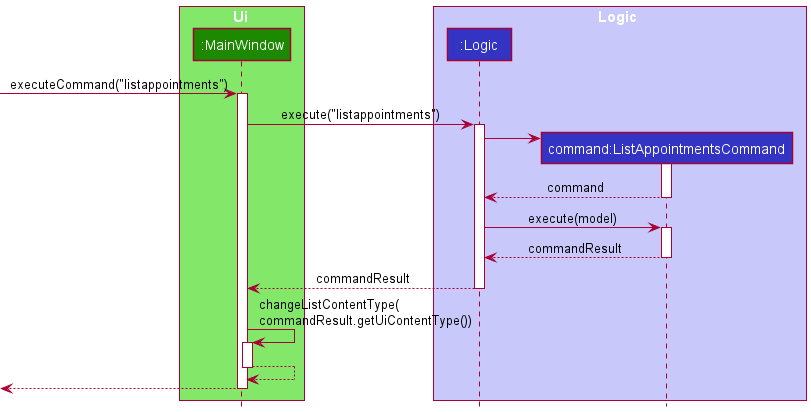
The PlantUML diagram docs/images/UiFocusSequenceDiagram.png in nus-cs2103-AY2122S2/tp, before a commit.
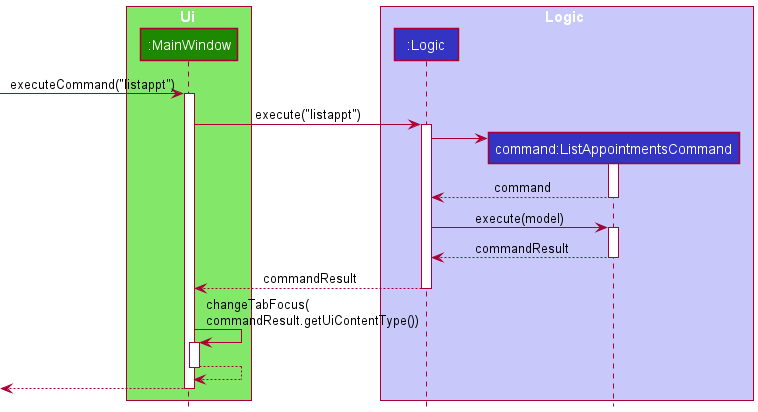
The same diagram one commit later.

The edit, as a diff of the source:
```diff
@@ -11,16 +11,16 @@
 end box
 
 autoactivate on
-[-> MainWindow : executeCommand("listappointments")
+[-> MainWindow : executeCommand("listappt")
 
-MainWindow -> Logic : execute("listappointments")
+MainWindow -> Logic : execute("listappt")
 create Command
 Logic -> Command
 Logic <-- Command : command
 Logic -> Command : execute(model)
 Logic <-- Command : commandResult
 MainWindow <-- Logic : commandResult
-MainWindow -> MainWindow : changeListContentType(\ncommandResult.getUiContentType())
+MainWindow -> MainWindow : changeTabFocus(\ncommandResult.getUiContentType())
 MainWindow --> MainWindow
 [<-- MainWindow
 
```
